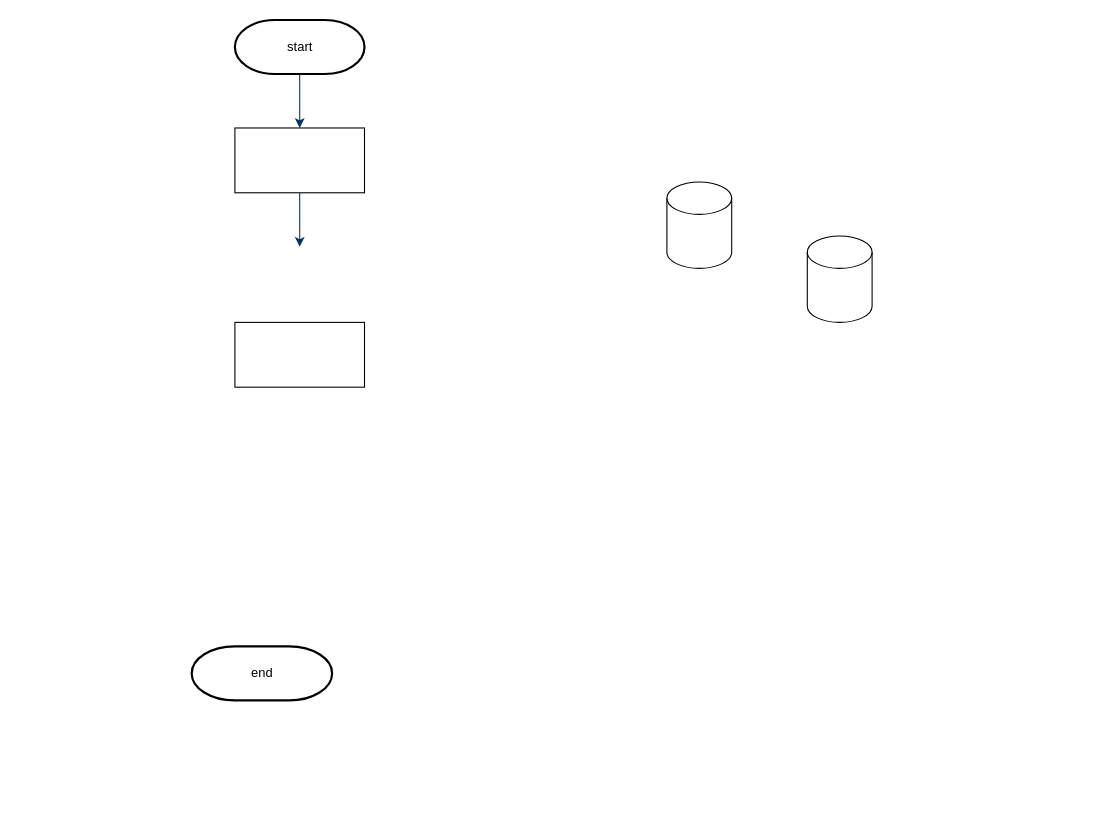
The draw.io diagram Day_1/Figures/Flowchart.drawio in SantoAry/AquaDeveloper_Academy, before the edit. Source tidied: cells renumbered, new cells numbered last; positions are measured from the earlier drawing's top-left corner, leaving out a move shared by most shapes. Both pictures are drawn from the tidied source at 108%, with x=0, y=0 at pixel (191, 19).
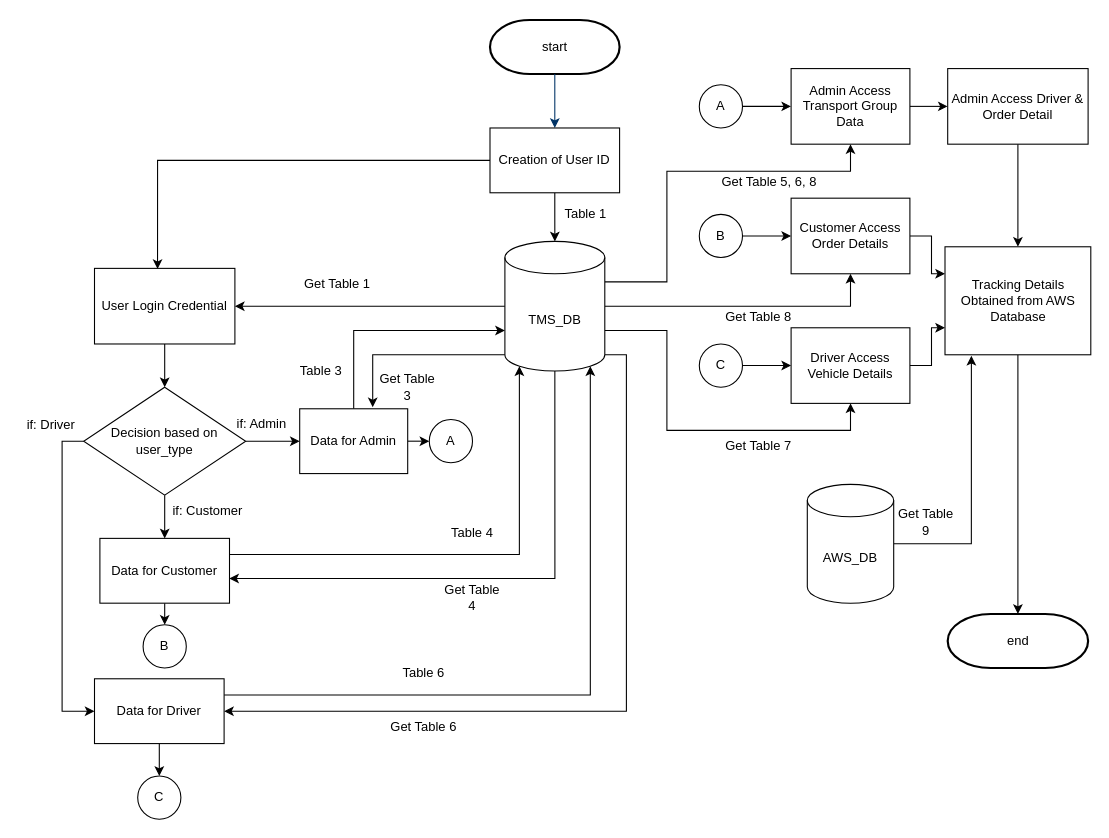
After the change.

Change to the diagram source:
```diff
@@
     <mxCell id="2" value="start" style="shape=mxgraph.flowchart.terminator;strokeWidth=2;gradientColor=none;gradientDirection=north;fontStyle=0;html=1;" parent="1" vertex="1">
-      <mxGeometry x="40" width="120" height="50" as="geometry" />
+      <mxGeometry x="276.2" width="120" height="50" as="geometry" />
     </mxCell>
-    <mxCell id="3" style="fontStyle=1;strokeColor=#003366;strokeWidth=1;html=1;entryX=0.5;entryY=0;entryDx=0;entryDy=0;" parent="1" edge="1" source="2" target="6">
-      <mxGeometry relative="1" as="geometry" />
+    <mxCell id="3" style="fontStyle=1;strokeColor=#003366;strokeWidth=1;html=1;entryX=0.5;entryY=0;entryDx=0;entryDy=0;" parent="1" edge="1" target="6">
+      <mxGeometry relative="1" as="geometry">
+        <mxPoint x="336.2" y="50" as="sourcePoint" />
+      </mxGeometry>
     </mxCell>
-    <mxCell id="4" style="fontStyle=1;strokeColor=#003366;strokeWidth=1;html=1;exitX=0.5;exitY=1;exitDx=0;exitDy=0;" parent="1" edge="1" source="6">
-      <mxGeometry relative="1" as="geometry">
-        <mxPoint x="100" y="210" as="targetPoint" />
-      </mxGeometry>
-    </mxCell>
     <mxCell id="5" value="end" style="shape=mxgraph.flowchart.terminator;strokeWidth=2;gradientColor=none;gradientDirection=north;fontStyle=0;html=1;" parent="1" vertex="1">
-      <mxGeometry y="580" width="130" height="50" as="geometry" />
+      <mxGeometry x="700" y="550" width="130" height="50" as="geometry" />
     </mxCell>
+    <mxCell id="10" style="edgeStyle=orthogonalEdgeStyle;rounded=0;jettySize=auto;html=1;exitX=0;exitY=0.5;exitDx=0;exitDy=0;entryX=0.449;entryY=0.009;entryDx=0;entryDy=0;entryPerimeter=0;" parent="1" edge="1" source="6" target="9">
+      <mxGeometry relative="1" as="geometry" />
+    </mxCell>
+    <mxCell id="11" style="edgeStyle=orthogonalEdgeStyle;rounded=0;jettySize=auto;html=1;exitX=0.5;exitY=1;exitDx=0;exitDy=0;entryX=0.5;entryY=0;entryDx=0;entryDy=0;entryPerimeter=0;" parent="1" edge="1" source="6" target="7">
+      <mxGeometry relative="1" as="geometry" />
+    </mxCell>
-    <mxCell id="6" style="rounded=0;whiteSpace=wrap;html=1;" parent="1" vertex="1">
-      <mxGeometry x="40" y="100" width="120" height="60" as="geometry" />
+    <mxCell id="6" value="Creation of User ID" style="rounded=0;whiteSpace=wrap;html=1;" parent="1" vertex="1">
+      <mxGeometry x="276.2" y="100" width="120" height="60" as="geometry" />
     </mxCell>
+    <mxCell id="12" style="edgeStyle=orthogonalEdgeStyle;rounded=0;jettySize=auto;html=1;exitX=0;exitY=0.5;exitDx=0;exitDy=0;exitPerimeter=0;entryX=1;entryY=0.5;entryDx=0;entryDy=0;" parent="1" edge="1" source="7" target="9">
+      <mxGeometry relative="1" as="geometry" />
+    </mxCell>
+    <mxCell id="13" style="edgeStyle=orthogonalEdgeStyle;rounded=0;jettySize=auto;html=1;exitX=0;exitY=1;exitDx=0;exitDy=-15;exitPerimeter=0;entryX=0.676;entryY=-0.023;entryDx=0;entryDy=0;entryPerimeter=0;" parent="1" edge="1" source="7" target="35">
+      <mxGeometry relative="1" as="geometry" />
+    </mxCell>
+    <mxCell id="14" style="edgeStyle=orthogonalEdgeStyle;rounded=0;jettySize=auto;html=1;exitX=0.5;exitY=1;exitDx=0;exitDy=0;exitPerimeter=0;entryX=0.998;entryY=0.62;entryDx=0;entryDy=0;entryPerimeter=0;" parent="1" edge="1" source="7" target="32">
+      <mxGeometry relative="1" as="geometry" />
+    </mxCell>
+    <mxCell id="15" style="edgeStyle=orthogonalEdgeStyle;rounded=0;jettySize=auto;html=1;exitX=1;exitY=1;exitDx=0;exitDy=-15;exitPerimeter=0;entryX=1;entryY=0.5;entryDx=0;entryDy=0;" parent="1" edge="1" source="7" target="29">
+      <mxGeometry relative="1" as="geometry" />
+    </mxCell>
+    <mxCell id="16" style="edgeStyle=orthogonalEdgeStyle;rounded=0;jettySize=auto;html=1;exitX=1;exitY=0;exitDx=0;exitDy=37.5;exitPerimeter=0;entryX=0.5;entryY=1;entryDx=0;entryDy=0;" parent="1" edge="1" source="7" target="55">
+      <mxGeometry relative="1" as="geometry">
+        <Array as="points">
+          <mxPoint x="440" y="243" />
+          <mxPoint x="440" y="140" />
+          <mxPoint x="610" y="140" />
+        </Array>
+      </mxGeometry>
+    </mxCell>
+    <mxCell id="17" style="edgeStyle=orthogonalEdgeStyle;rounded=0;jettySize=auto;html=1;exitX=1;exitY=0.5;exitDx=0;exitDy=0;exitPerimeter=0;entryX=0.5;entryY=1;entryDx=0;entryDy=0;" parent="1" edge="1" source="7" target="57">
+      <mxGeometry relative="1" as="geometry" />
+    </mxCell>
+    <mxCell id="18" style="edgeStyle=orthogonalEdgeStyle;rounded=0;jettySize=auto;html=1;exitX=1;exitY=0;exitDx=0;exitDy=82.5;exitPerimeter=0;entryX=0.5;entryY=1;entryDx=0;entryDy=0;" parent="1" edge="1" source="7" target="59">
+      <mxGeometry relative="1" as="geometry">
+        <Array as="points">
+          <mxPoint x="440" y="288" />
+          <mxPoint x="440" y="380" />
+          <mxPoint x="610" y="380" />
+        </Array>
+      </mxGeometry>
+    </mxCell>
-    <mxCell id="7" style="shape=cylinder3;whiteSpace=wrap;html=1;boundedLbl=1;backgroundOutline=1;size=15;" parent="1" vertex="1">
-      <mxGeometry x="440" y="150" width="60" height="80" as="geometry" />
+    <mxCell id="7" value="TMS_DB" style="shape=cylinder3;whiteSpace=wrap;html=1;boundedLbl=1;backgroundOutline=1;size=15;" parent="1" vertex="1">
+      <mxGeometry x="290" y="205" width="92.5" height="120" as="geometry" />
     </mxCell>
+    <mxCell id="19" style="edgeStyle=orthogonalEdgeStyle;rounded=0;jettySize=auto;html=1;exitX=1;exitY=0.5;exitDx=0;exitDy=0;exitPerimeter=0;entryX=0.181;entryY=1.01;entryDx=0;entryDy=0;entryPerimeter=0;" parent="1" edge="1" source="8" target="66">
+      <mxGeometry relative="1" as="geometry" />
+    </mxCell>
-    <mxCell id="8" style="shape=cylinder3;whiteSpace=wrap;html=1;boundedLbl=1;backgroundOutline=1;size=15;" parent="1" vertex="1">
-      <mxGeometry x="570" y="200" width="60" height="80" as="geometry" />
+    <mxCell id="8" value="AWS_DB" style="shape=cylinder3;whiteSpace=wrap;html=1;boundedLbl=1;backgroundOutline=1;size=15;" parent="1" vertex="1">
+      <mxGeometry x="570" y="430" width="80" height="110" as="geometry" />
     </mxCell>
+    <mxCell id="20" style="edgeStyle=orthogonalEdgeStyle;rounded=0;jettySize=auto;html=1;exitX=0.5;exitY=1;exitDx=0;exitDy=0;entryX=0.5;entryY=0;entryDx=0;entryDy=0;" parent="1" edge="1" source="9" target="26">
+      <mxGeometry relative="1" as="geometry" />
+    </mxCell>
-    <mxCell id="9" style="rounded=0;whiteSpace=wrap;html=1;" parent="1" vertex="1">
-      <mxGeometry x="40" y="280" width="120" height="60" as="geometry" />
+    <mxCell id="9" value="User Login Credential" style="rounded=0;whiteSpace=wrap;html=1;" parent="1" vertex="1">
+      <mxGeometry x="-90" y="230" width="130" height="70" as="geometry" />
     </mxCell>
+    <mxCell id="21" value="Table 1" style="text;html=1;strokeColor=none;fillColor=none;align=center;verticalAlign=middle;whiteSpace=wrap;rounded=0;" parent="1" vertex="1">
+      <mxGeometry x="320" y="155" width="90" height="50" as="geometry" />
+    </mxCell>
+    <mxCell id="22" value="Get Table 1" style="text;html=1;strokeColor=none;fillColor=none;align=center;verticalAlign=middle;whiteSpace=wrap;rounded=0;" parent="1" vertex="1">
+      <mxGeometry x="100" y="230" width="70" height="30" as="geometry" />
+    </mxCell>
+    <mxCell id="23" style="edgeStyle=orthogonalEdgeStyle;rounded=0;jettySize=auto;html=1;exitX=0;exitY=0.5;exitDx=0;exitDy=0;entryX=0;entryY=0.5;entryDx=0;entryDy=0;" parent="1" edge="1" source="26" target="29">
+      <mxGeometry relative="1" as="geometry" />
+    </mxCell>
+    <mxCell id="24" style="edgeStyle=orthogonalEdgeStyle;rounded=0;jettySize=auto;html=1;exitX=0.5;exitY=1;exitDx=0;exitDy=0;entryX=0.5;entryY=0;entryDx=0;entryDy=0;" parent="1" edge="1" source="26" target="32">
+      <mxGeometry relative="1" as="geometry" />
+    </mxCell>
+    <mxCell id="25" style="edgeStyle=orthogonalEdgeStyle;rounded=0;jettySize=auto;html=1;exitX=1;exitY=0.5;exitDx=0;exitDy=0;entryX=0;entryY=0.5;entryDx=0;entryDy=0;" parent="1" edge="1" source="26" target="35">
+      <mxGeometry relative="1" as="geometry" />
+    </mxCell>
+    <mxCell id="26" value="Decision based on user_type" style="rhombus;whiteSpace=wrap;html=1;" parent="1" vertex="1">
+      <mxGeometry x="-100" y="340" width="150" height="100" as="geometry" />
+    </mxCell>
+    <mxCell id="27" style="edgeStyle=orthogonalEdgeStyle;rounded=0;jettySize=auto;html=1;exitX=0.5;exitY=1;exitDx=0;exitDy=0;entryX=0.5;entryY=0;entryDx=0;entryDy=0;" parent="1" edge="1" source="29" target="47">
+      <mxGeometry relative="1" as="geometry" />
+    </mxCell>
+    <mxCell id="28" style="edgeStyle=orthogonalEdgeStyle;rounded=0;jettySize=auto;html=1;exitX=1;exitY=0.25;exitDx=0;exitDy=0;entryX=0.855;entryY=1;entryDx=0;entryDy=-4.35;entryPerimeter=0;" parent="1" edge="1" source="29" target="7">
+      <mxGeometry relative="1" as="geometry" />
+    </mxCell>
+    <mxCell id="29" value="Data for Driver" style="rounded=0;whiteSpace=wrap;html=1;" parent="1" vertex="1">
+      <mxGeometry x="-90" y="610" width="120" height="60" as="geometry" />
+    </mxCell>
+    <mxCell id="30" style="edgeStyle=orthogonalEdgeStyle;rounded=0;jettySize=auto;html=1;exitX=1;exitY=0.25;exitDx=0;exitDy=0;entryX=0.145;entryY=1;entryDx=0;entryDy=-4.35;entryPerimeter=0;" parent="1" edge="1" source="32" target="7">
+      <mxGeometry relative="1" as="geometry" />
+    </mxCell>
+    <mxCell id="31" style="edgeStyle=orthogonalEdgeStyle;rounded=0;jettySize=auto;html=1;exitX=0.5;exitY=1;exitDx=0;exitDy=0;entryX=0.5;entryY=0;entryDx=0;entryDy=0;" parent="1" edge="1" source="32" target="46">
+      <mxGeometry relative="1" as="geometry" />
+    </mxCell>
+    <mxCell id="32" value="Data for Customer" style="rounded=0;whiteSpace=wrap;html=1;" parent="1" vertex="1">
+      <mxGeometry x="-85" y="480" width="120" height="60" as="geometry" />
+    </mxCell>
+    <mxCell id="33" style="edgeStyle=orthogonalEdgeStyle;rounded=0;jettySize=auto;html=1;exitX=0.5;exitY=0;exitDx=0;exitDy=0;entryX=0;entryY=0;entryDx=0;entryDy=82.5;entryPerimeter=0;" parent="1" edge="1" source="35" target="7">
+      <mxGeometry relative="1" as="geometry" />
+    </mxCell>
+    <mxCell id="34" style="edgeStyle=orthogonalEdgeStyle;rounded=0;jettySize=auto;html=1;exitX=1;exitY=0.5;exitDx=0;exitDy=0;entryX=0;entryY=0.5;entryDx=0;entryDy=0;" parent="1" edge="1" source="35" target="45">
+      <mxGeometry relative="1" as="geometry" />
+    </mxCell>
+    <mxCell id="35" value="Data for Admin" style="rounded=0;whiteSpace=wrap;html=1;" parent="1" vertex="1">
+      <mxGeometry x="100" y="360" width="100" height="60" as="geometry" />
+    </mxCell>
+    <mxCell id="36" value="if: Admin" style="text;html=1;strokeColor=none;fillColor=none;align=center;verticalAlign=middle;whiteSpace=wrap;rounded=0;" parent="1" vertex="1">
+      <mxGeometry x="35" y="359" width="60" height="30" as="geometry" />
+    </mxCell>
+    <mxCell id="37" value="if: Driver" style="text;html=1;strokeColor=none;fillColor=none;align=center;verticalAlign=middle;whiteSpace=wrap;rounded=0;" parent="1" vertex="1">
+      <mxGeometry x="-160" y="360" width="60" height="30" as="geometry" />
+    </mxCell>
+    <mxCell id="38" value="if: Customer" style="text;html=1;strokeColor=none;fillColor=none;align=center;verticalAlign=middle;whiteSpace=wrap;rounded=0;" parent="1" vertex="1">
+      <mxGeometry x="-20" y="440" width="70" height="30" as="geometry" />
+    </mxCell>
+    <mxCell id="39" value="Table 3" style="text;html=1;strokeColor=none;fillColor=none;align=center;verticalAlign=middle;whiteSpace=wrap;rounded=0;" parent="1" vertex="1">
+      <mxGeometry x="90" y="310" width="60" height="30" as="geometry" />
+    </mxCell>
+    <mxCell id="40" value="Get Table 3" style="text;html=1;strokeColor=none;fillColor=none;align=center;verticalAlign=middle;whiteSpace=wrap;rounded=0;" parent="1" vertex="1">
+      <mxGeometry x="170" y="325" width="60" height="30" as="geometry" />
+    </mxCell>
+    <mxCell id="41" value="Table 4" style="text;html=1;strokeColor=none;fillColor=none;align=center;verticalAlign=middle;whiteSpace=wrap;rounded=0;" parent="1" vertex="1">
+      <mxGeometry x="230" y="460" width="60" height="30" as="geometry" />
+    </mxCell>
+    <mxCell id="42" value="Get Table 4" style="text;html=1;strokeColor=none;fillColor=none;align=center;verticalAlign=middle;whiteSpace=wrap;rounded=0;" parent="1" vertex="1">
+      <mxGeometry x="230" y="520" width="60" height="30" as="geometry" />
+    </mxCell>
+    <mxCell id="43" value="Table 6" style="text;html=1;strokeColor=none;fillColor=none;align=center;verticalAlign=middle;whiteSpace=wrap;rounded=0;" parent="1" vertex="1">
+      <mxGeometry x="185" y="590" width="60" height="30" as="geometry" />
+    </mxCell>
+    <mxCell id="44" value="Get Table 6" style="text;html=1;strokeColor=none;fillColor=none;align=center;verticalAlign=middle;whiteSpace=wrap;rounded=0;" parent="1" vertex="1">
+      <mxGeometry x="180" y="640" width="70" height="30" as="geometry" />
+    </mxCell>
+    <mxCell id="45" value="A" style="ellipse;whiteSpace=wrap;html=1;" parent="1" vertex="1">
+      <mxGeometry x="220" y="370" width="40" height="40" as="geometry" />
+    </mxCell>
+    <mxCell id="46" value="B" style="ellipse;whiteSpace=wrap;html=1;" parent="1" vertex="1">
+      <mxGeometry x="-45" y="560" width="40" height="40" as="geometry" />
+    </mxCell>
+    <mxCell id="47" value="C" style="ellipse;whiteSpace=wrap;html=1;" parent="1" vertex="1">
+      <mxGeometry x="-50" y="700" width="40" height="40" as="geometry" />
+    </mxCell>
+    <mxCell id="48" style="edgeStyle=orthogonalEdgeStyle;rounded=0;jettySize=auto;html=1;exitX=1;exitY=0.5;exitDx=0;exitDy=0;entryX=0;entryY=0.5;entryDx=0;entryDy=0;" parent="1" edge="1" source="49" target="55">
+      <mxGeometry relative="1" as="geometry" />
+    </mxCell>
+    <mxCell id="49" value="A" style="ellipse;whiteSpace=wrap;html=1;" parent="1" vertex="1">
+      <mxGeometry x="470" y="60" width="40" height="40" as="geometry" />
+    </mxCell>
+    <mxCell id="50" style="edgeStyle=orthogonalEdgeStyle;rounded=0;jettySize=auto;html=1;exitX=1;exitY=0.5;exitDx=0;exitDy=0;entryX=0;entryY=0.5;entryDx=0;entryDy=0;" parent="1" edge="1" source="51" target="57">
+      <mxGeometry relative="1" as="geometry" />
+    </mxCell>
+    <mxCell id="51" value="B" style="ellipse;whiteSpace=wrap;html=1;" parent="1" vertex="1">
+      <mxGeometry x="470" y="180" width="40" height="40" as="geometry" />
+    </mxCell>
+    <mxCell id="52" style="edgeStyle=orthogonalEdgeStyle;rounded=0;jettySize=auto;html=1;exitX=1;exitY=0.5;exitDx=0;exitDy=0;entryX=0;entryY=0.5;entryDx=0;entryDy=0;" parent="1" edge="1" source="53" target="59">
+      <mxGeometry relative="1" as="geometry" />
+    </mxCell>
+    <mxCell id="53" value="C" style="ellipse;whiteSpace=wrap;html=1;" parent="1" vertex="1">
+      <mxGeometry x="470" y="300" width="40" height="40" as="geometry" />
+    </mxCell>
+    <mxCell id="54" style="edgeStyle=orthogonalEdgeStyle;rounded=0;jettySize=auto;html=1;exitX=1;exitY=0.5;exitDx=0;exitDy=0;entryX=0;entryY=0.5;entryDx=0;entryDy=0;" parent="1" edge="1" source="55" target="64">
+      <mxGeometry relative="1" as="geometry" />
+    </mxCell>
+    <mxCell id="55" value="Admin Access Transport Group Data" style="rounded=0;whiteSpace=wrap;html=1;" parent="1" vertex="1">
+      <mxGeometry x="555" y="45" width="110" height="70" as="geometry" />
+    </mxCell>
+    <mxCell id="56" style="edgeStyle=orthogonalEdgeStyle;rounded=0;jettySize=auto;html=1;exitX=1;exitY=0.5;exitDx=0;exitDy=0;entryX=0;entryY=0.25;entryDx=0;entryDy=0;" parent="1" edge="1" source="57" target="66">
+      <mxGeometry relative="1" as="geometry" />
+    </mxCell>
+    <mxCell id="57" value="Customer Access Order Details" style="rounded=0;whiteSpace=wrap;html=1;" parent="1" vertex="1">
+      <mxGeometry x="555" y="165" width="110" height="70" as="geometry" />
+    </mxCell>
+    <mxCell id="58" style="edgeStyle=orthogonalEdgeStyle;rounded=0;jettySize=auto;html=1;exitX=1;exitY=0.5;exitDx=0;exitDy=0;entryX=0;entryY=0.75;entryDx=0;entryDy=0;" parent="1" edge="1" source="59" target="66">
+      <mxGeometry relative="1" as="geometry" />
+    </mxCell>
+    <mxCell id="59" value="Driver Access Vehicle Details" style="rounded=0;whiteSpace=wrap;html=1;" parent="1" vertex="1">
+      <mxGeometry x="555" y="285" width="110" height="70" as="geometry" />
+    </mxCell>
+    <mxCell id="60" value="Get Table 5, 6, 8" style="text;html=1;strokeColor=none;fillColor=none;align=center;verticalAlign=middle;whiteSpace=wrap;rounded=0;" parent="1" vertex="1">
+      <mxGeometry x="490" y="135" width="90" height="30" as="geometry" />
+    </mxCell>
+    <mxCell id="61" value="Get Table 8" style="text;html=1;strokeColor=none;fillColor=none;align=center;verticalAlign=middle;whiteSpace=wrap;rounded=0;" parent="1" vertex="1">
+      <mxGeometry x="490" y="260" width="70" height="30" as="geometry" />
+    </mxCell>
+    <mxCell id="62" value="Get Table 7" style="text;html=1;strokeColor=none;fillColor=none;align=center;verticalAlign=middle;whiteSpace=wrap;rounded=0;" parent="1" vertex="1">
+      <mxGeometry x="490" y="380" width="70" height="30" as="geometry" />
+    </mxCell>
+    <mxCell id="63" style="edgeStyle=orthogonalEdgeStyle;rounded=0;jettySize=auto;html=1;exitX=0.5;exitY=1;exitDx=0;exitDy=0;entryX=0.5;entryY=0;entryDx=0;entryDy=0;" parent="1" edge="1" source="64" target="66">
+      <mxGeometry relative="1" as="geometry" />
+    </mxCell>
+    <mxCell id="64" value="Admin Access Driver &amp;amp; Order Detail" style="rounded=0;whiteSpace=wrap;html=1;" parent="1" vertex="1">
+      <mxGeometry x="700" y="45" width="130" height="70" as="geometry" />
+    </mxCell>
+    <mxCell id="65" style="edgeStyle=orthogonalEdgeStyle;rounded=0;jettySize=auto;html=1;exitX=0.5;exitY=1;exitDx=0;exitDy=0;entryX=0.5;entryY=0;entryDx=0;entryDy=0;entryPerimeter=0;" parent="1" edge="1" source="66" target="5">
+      <mxGeometry relative="1" as="geometry" />
+    </mxCell>
+    <mxCell id="66" value="Tracking Details Obtained from AWS Database" style="rounded=0;whiteSpace=wrap;html=1;" parent="1" vertex="1">
+      <mxGeometry x="697.5" y="210" width="135" height="100" as="geometry" />
+    </mxCell>
+    <mxCell id="67" value="Get Table 9" style="text;html=1;strokeColor=none;fillColor=none;align=center;verticalAlign=middle;whiteSpace=wrap;rounded=0;" parent="1" vertex="1">
+      <mxGeometry x="650" y="450" width="60" height="30" as="geometry" />
+    </mxCell>
```
